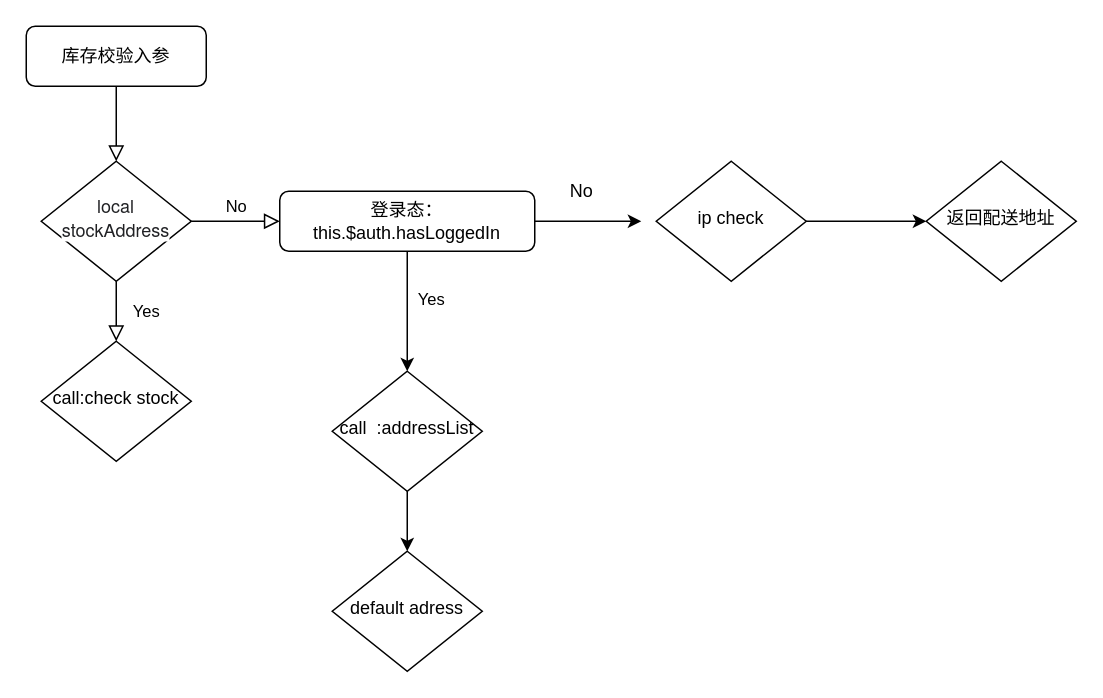
Before: 设计/Untitled Diagram.drawio in yifoo/Sidea, a draw.io diagram. Source tidied: cells renumbered, new cells numbered last; positions are measured from the earlier drawing's top-left corner, leaving out a move shared by most shapes. Both pictures are drawn from the tidied source at 150%, with x=0, y=0 at pixel (26, 26).
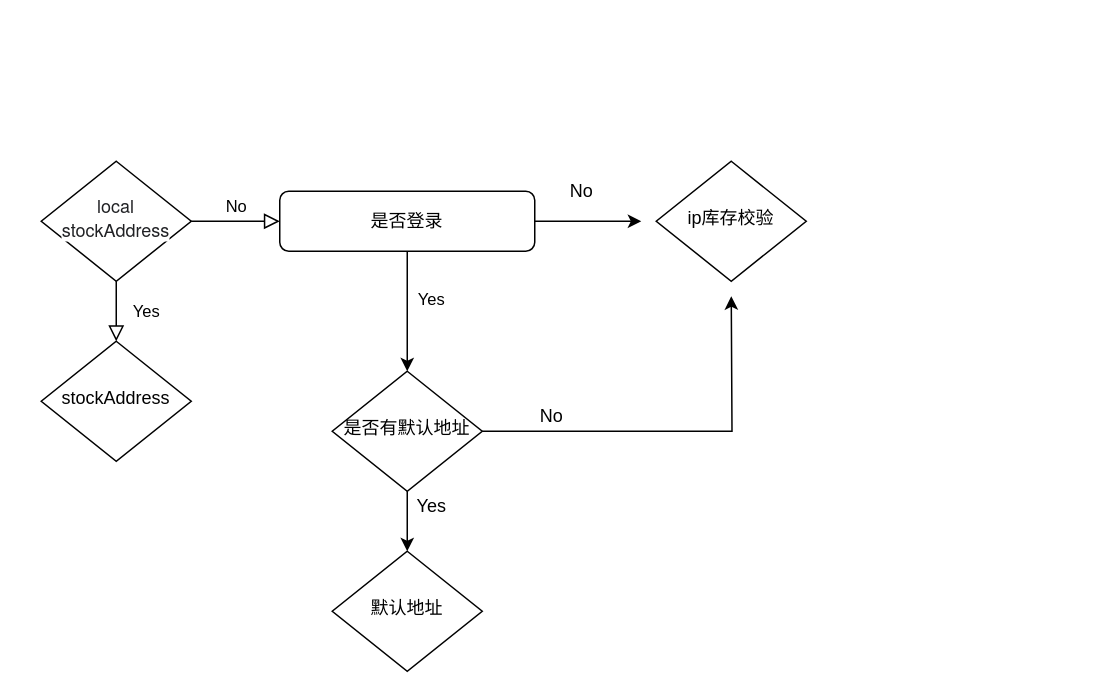
The same page after the edit.

The change refers to these unchanged cells:
```xml
<mxCell id="6" value="&lt;span style=&quot;color: rgb(32 , 33 , 36) ; font-family: &amp;#34;.sfnsdisplay-regular&amp;#34; , &amp;#34;helvetica neue&amp;#34; , &amp;#34;lucida grande&amp;#34; , sans-serif ; background-color: rgb(255 , 255 , 255)&quot;&gt;local stockAddress&lt;/span&gt;" style="rhombus;whiteSpace=wrap;html=1;shadow=0;fontFamily=Helvetica;fontSize=12;align=center;strokeWidth=1;spacing=6;spacingTop=-4;" parent="1" vertex="1">
  <mxGeometry x="10" y="90" width="100" height="80" as="geometry" />
</mxCell>
```

Diff of the diagram source:
```diff
@@
-    <mxCell id="2" style="rounded=0;html=1;jettySize=auto;fontSize=11;endArrow=block;endFill=0;endSize=8;strokeWidth=1;shadow=0;labelBackgroundColor=none;edgeStyle=orthogonalEdgeStyle;" parent="1" edge="1" source="3" target="6">
-      <mxGeometry relative="1" as="geometry" />
-    </mxCell>
-    <mxCell id="3" value="库存校验入参" style="rounded=1;whiteSpace=wrap;html=1;fontSize=12;glass=0;strokeWidth=1;shadow=0;" parent="1" vertex="1">
-      <mxGeometry width="120" height="40" as="geometry" />
-    </mxCell>
@@
-    <mxCell id="10" value="登录态：this.$auth.hasLoggedIn" style="rounded=1;whiteSpace=wrap;html=1;fontSize=12;glass=0;strokeWidth=1;shadow=0;" parent="1" vertex="1">
+    <mxCell id="10" value="是否登录" style="rounded=1;whiteSpace=wrap;html=1;fontSize=12;glass=0;strokeWidth=1;shadow=0;" parent="1" vertex="1">
       <mxGeometry x="169" y="110" width="170" height="40" as="geometry" />
     </mxCell>
-    <mxCell id="11" value="call:check stock" style="rhombus;whiteSpace=wrap;html=1;shadow=0;fontFamily=Helvetica;fontSize=12;align=center;strokeWidth=1;spacing=6;spacingTop=-4;" parent="1" vertex="1">
+    <mxCell id="11" value="stockAddress" style="rhombus;whiteSpace=wrap;html=1;shadow=0;fontFamily=Helvetica;fontSize=12;align=center;strokeWidth=1;spacing=6;spacingTop=-4;" parent="1" vertex="1">
       <mxGeometry x="10" y="210" width="100" height="80" as="geometry" />
     </mxCell>
@@
+    <mxCell id="19" style="edgeStyle=orthogonalEdgeStyle;rounded=0;jettySize=auto;html=1;" parent="1" edge="1" source="14">
+      <mxGeometry relative="1" as="geometry">
+        <mxPoint x="470" y="180" as="targetPoint" />
+      </mxGeometry>
+    </mxCell>
-    <mxCell id="14" value="call&amp;nbsp; :addressList" style="rhombus;whiteSpace=wrap;html=1;shadow=0;fontFamily=Helvetica;fontSize=12;align=center;strokeWidth=1;spacing=6;spacingTop=-4;" parent="1" vertex="1">
+    <mxCell id="14" value="是否有默认地址" style="rhombus;whiteSpace=wrap;html=1;shadow=0;fontFamily=Helvetica;fontSize=12;align=center;strokeWidth=1;spacing=6;spacingTop=-4;" parent="1" vertex="1">
       <mxGeometry x="204" y="230" width="100" height="80" as="geometry" />
     </mxCell>
-    <mxCell id="15" value="default adress" style="rhombus;whiteSpace=wrap;html=1;shadow=0;fontFamily=Helvetica;fontSize=12;align=center;strokeWidth=1;spacing=6;spacingTop=-4;" parent="1" vertex="1">
+    <mxCell id="15" value="默认地址" style="rhombus;whiteSpace=wrap;html=1;shadow=0;fontFamily=Helvetica;fontSize=12;align=center;strokeWidth=1;spacing=6;spacingTop=-4;" parent="1" vertex="1">
       <mxGeometry x="204" y="350" width="100" height="80" as="geometry" />
     </mxCell>
-    <mxCell id="16" style="edgeStyle=orthogonalEdgeStyle;rounded=0;jettySize=auto;html=1;" parent="1" edge="1" source="17" target="18">
-      <mxGeometry relative="1" as="geometry" />
-    </mxCell>
-    <mxCell id="17" value="ip check" style="rhombus;whiteSpace=wrap;html=1;shadow=0;fontFamily=Helvetica;fontSize=12;align=center;strokeWidth=1;spacing=6;spacingTop=-4;" parent="1" vertex="1">
+    <mxCell id="17" value="ip库存校验" style="rhombus;whiteSpace=wrap;html=1;shadow=0;fontFamily=Helvetica;fontSize=12;align=center;strokeWidth=1;spacing=6;spacingTop=-4;" parent="1" vertex="1">
       <mxGeometry x="420" y="90" width="100" height="80" as="geometry" />
     </mxCell>
-    <mxCell id="18" value="返回配送地址" style="rhombus;whiteSpace=wrap;html=1;shadow=0;fontFamily=Helvetica;fontSize=12;align=center;strokeWidth=1;spacing=6;spacingTop=-4;" parent="1" vertex="1">
-      <mxGeometry x="600" y="90" width="100" height="80" as="geometry" />
-    </mxCell>
+    <mxCell id="20" value="Yes" style="text;html=1;align=center;verticalAlign=middle;strokeColor=none;fillColor=none;" parent="1" vertex="1">
+      <mxGeometry x="250" y="310" width="40" height="20" as="geometry" />
+    </mxCell>
+    <mxCell id="21" value="No" style="text;html=1;align=center;verticalAlign=middle;strokeColor=none;fillColor=none;" parent="1" vertex="1">
+      <mxGeometry x="335" y="250" width="30" height="20" as="geometry" />
+    </mxCell>
```
